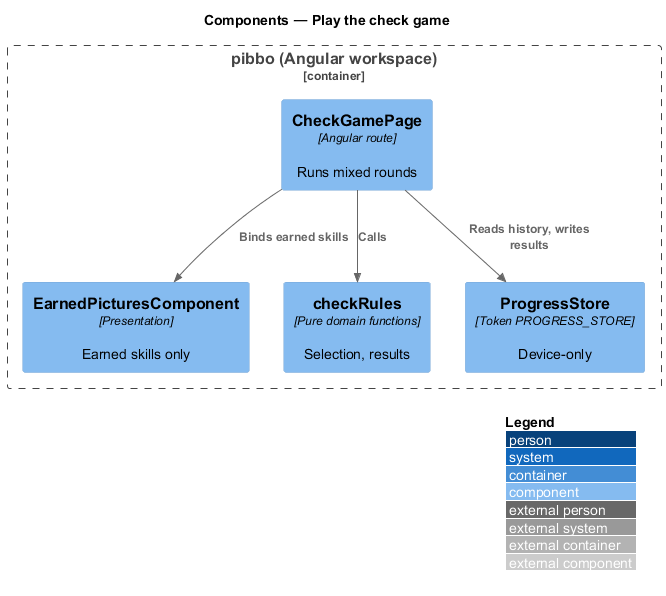
Before: docs/detailed-designs/lessons/check-game/diagrams/c4-component.png, a diagram exported from PlantUML (QuinntyneBrown/pibbo).
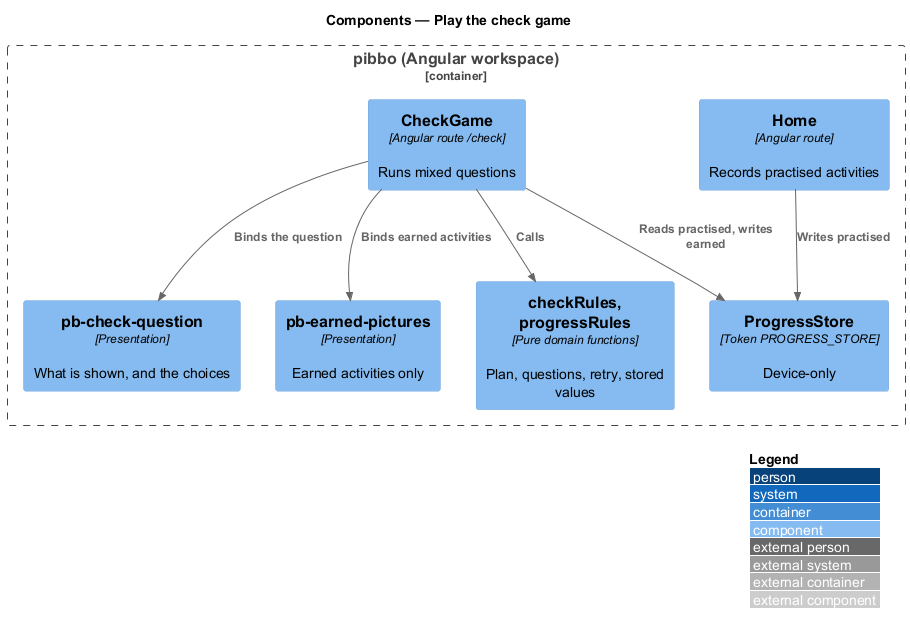
After the change.

The edit, as a diff of the source:
```diff
@@ -3,12 +3,16 @@
 LAYOUT_WITH_LEGEND()
 title Components — Play the check game
 Container_Boundary(b, "pibbo (Angular workspace)") {
-  Component(page, "CheckGamePage", "Angular route", "Runs mixed rounds")
-  Component(res, "EarnedPicturesComponent", "Presentation", "Earned skills only")
-  Component(rules, "checkRules", "Pure domain functions", "Selection, results")
+  Component(home, "Home", "Angular route", "Records practised activities")
+  Component(page, "CheckGame", "Angular route /check", "Runs mixed questions")
+  Component(q, "pb-check-question", "Presentation", "What is shown, and the choices")
+  Component(res, "pb-earned-pictures", "Presentation", "Earned activities only")
+  Component(rules, "checkRules, progressRules", "Pure domain functions", "Plan, questions, retry, stored values")
   Component(store, "ProgressStore", "Token PROGRESS_STORE", "Device-only")
 }
-Rel(page, res, "Binds earned skills")
+Rel(home, store, "Writes practised")
+Rel(page, q, "Binds the question")
+Rel(page, res, "Binds earned activities")
 Rel(page, rules, "Calls")
-Rel(page, store, "Reads history, writes results")
+Rel(page, store, "Reads practised, writes earned")
 @enduml
```
